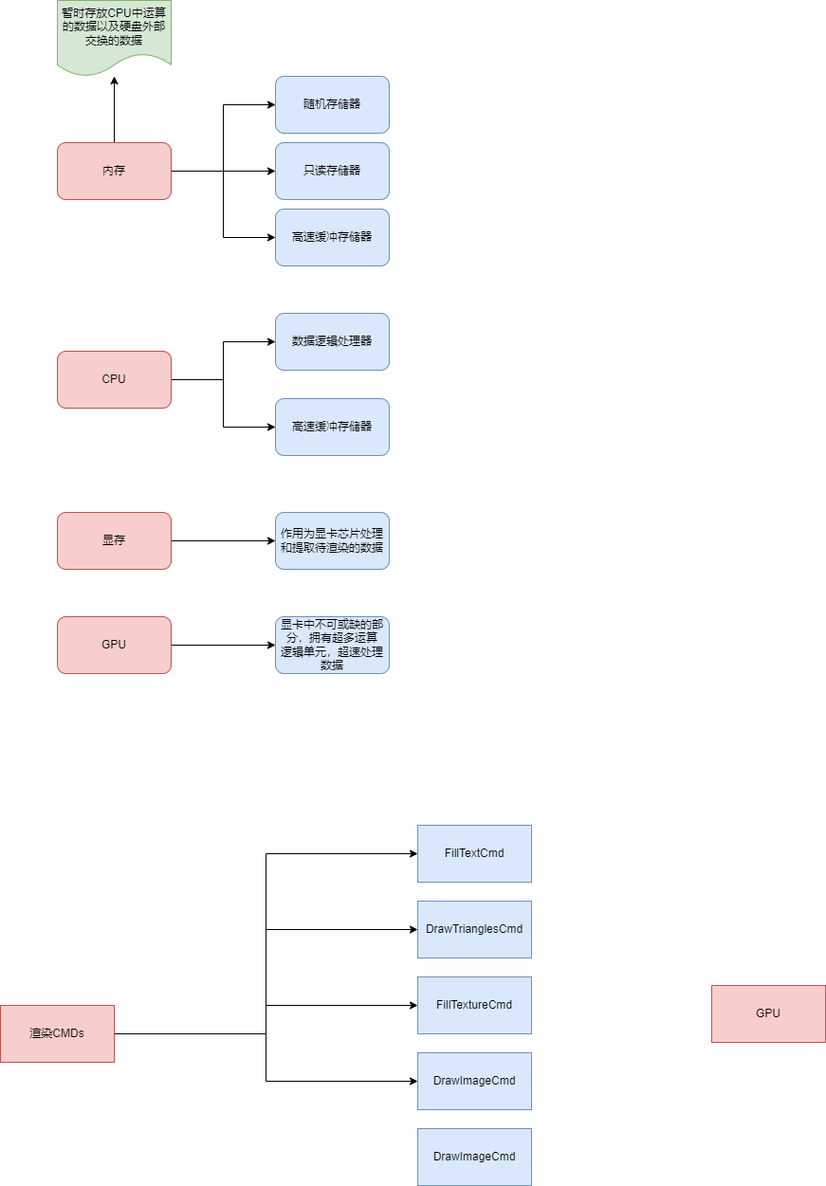
This is 未命名绘图.drawio.png from nikeoboy/mahjong, a draw.io export, as it was before one commit. Source tidied: cells renumbered, new cells last; positions are measured from the earlier drawing's top-left corner, leaving out a move shared by most shapes.
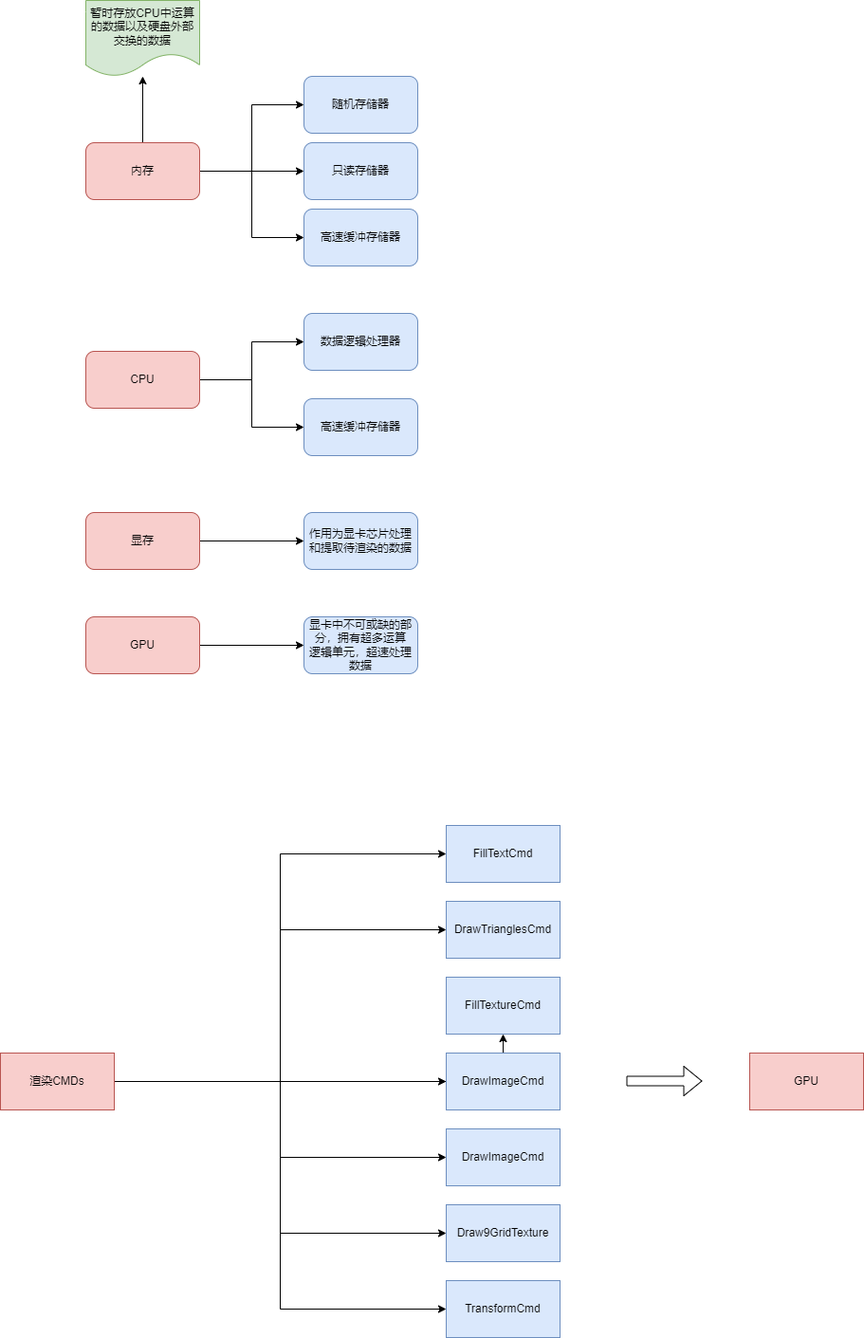
After the change.

Commit message:
更新未命名绘图.drawio.png

Diff of the diagram source:
```diff
@@ -74,8 +74,17 @@
     <mxCell id="25" style="edgeStyle=orthogonalEdgeStyle;rounded=0;jettySize=auto;html=1;exitX=1;exitY=0.5;exitDx=0;exitDy=0;entryX=0;entryY=0.5;entryDx=0;entryDy=0;" parent="1" edge="1" source="26" target="30">
       <mxGeometry relative="1" as="geometry" />
     </mxCell>
+    <mxCell id="33" style="edgeStyle=orthogonalEdgeStyle;rounded=0;jettySize=auto;html=1;exitX=1;exitY=0.5;exitDx=0;exitDy=0;entryX=0;entryY=0.5;entryDx=0;entryDy=0;" parent="1" edge="1" source="26" target="31">
+      <mxGeometry relative="1" as="geometry" />
+    </mxCell>
+    <mxCell id="34" style="edgeStyle=orthogonalEdgeStyle;rounded=0;jettySize=auto;html=1;exitX=1;exitY=0.5;exitDx=0;exitDy=0;entryX=0;entryY=0.5;entryDx=0;entryDy=0;" parent="1" edge="1" source="26" target="37">
+      <mxGeometry relative="1" as="geometry" />
+    </mxCell>
+    <mxCell id="35" style="edgeStyle=orthogonalEdgeStyle;rounded=0;jettySize=auto;html=1;exitX=1;exitY=0.5;exitDx=0;exitDy=0;entryX=0;entryY=0.5;entryDx=0;entryDy=0;" parent="1" edge="1" source="26" target="38">
+      <mxGeometry relative="1" as="geometry" />
+    </mxCell>
     <mxCell id="26" value="渲染CMDs" style="rounded=0;whiteSpace=wrap;html=1;fillColor=#f8cecc;strokeColor=#b85450;" parent="1" vertex="1">
-      <mxGeometry y="1060" width="120" height="60" as="geometry" />
+      <mxGeometry x="-30" y="1110" width="120" height="60" as="geometry" />
     </mxCell>
     <mxCell id="27" value="FillTextCmd" style="whiteSpace=wrap;html=1;rounded=0;fillColor=#dae8fc;strokeColor=#6c8ebf;" parent="1" vertex="1">
       <mxGeometry x="440" y="870" width="120" height="60" as="geometry" />
@@ -93,7 +102,19 @@
       <mxGeometry x="440" y="1190" width="120" height="60" as="geometry" />
     </mxCell>
     <mxCell id="32" value="GPU" style="rounded=0;whiteSpace=wrap;html=1;fillColor=#f8cecc;strokeColor=#b85450;" parent="1" vertex="1">
-      <mxGeometry x="750" y="1039" width="120" height="60" as="geometry" />
+      <mxGeometry x="760" y="1110" width="120" height="60" as="geometry" />
     </mxCell>
+    <mxCell id="36" style="shape=flexArrow;endArrow=classic;html=1;rounded=0;" parent="1" edge="1">
+      <mxGeometry relative="1" as="geometry">
+        <mxPoint x="630" y="1139.5" as="sourcePoint" />
+        <mxPoint x="710" y="1139.5" as="targetPoint" />
+      </mxGeometry>
+    </mxCell>
+    <mxCell id="37" value="Draw9GridTexture" style="whiteSpace=wrap;html=1;rounded=0;fillColor=#dae8fc;strokeColor=#6c8ebf;" parent="1" vertex="1">
+      <mxGeometry x="440" y="1270" width="120" height="60" as="geometry" />
+    </mxCell>
+    <mxCell id="38" value="TransformCmd" style="whiteSpace=wrap;html=1;rounded=0;fillColor=#dae8fc;strokeColor=#6c8ebf;" parent="1" vertex="1">
+      <mxGeometry x="440" y="1350" width="120" height="60" as="geometry" />
+    </mxCell>
   </root>
 </mxGraphModel>
```
